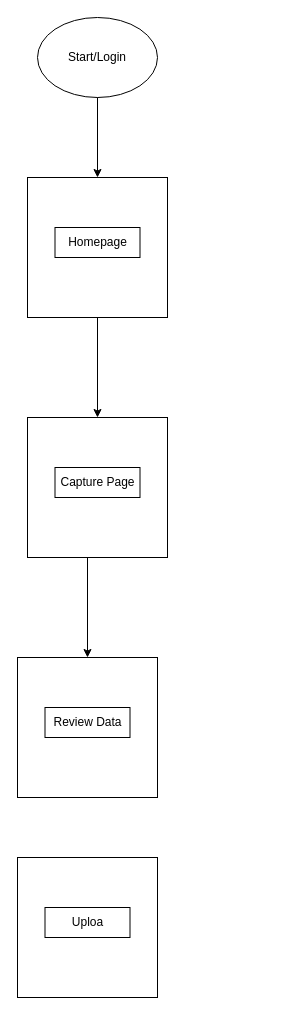
Above: Untitled Diagram.drawio in mawuli-agbenyo-creator/Task-app-React (draw.io), before the change. Source tidied: cells renumbered, new cells numbered last; positions are measured from the earlier drawing's top-left corner, leaving out a move shared by most shapes. Both pictures are drawn from the tidied source at 100%, with x=0, y=0 at pixel (17, 17).
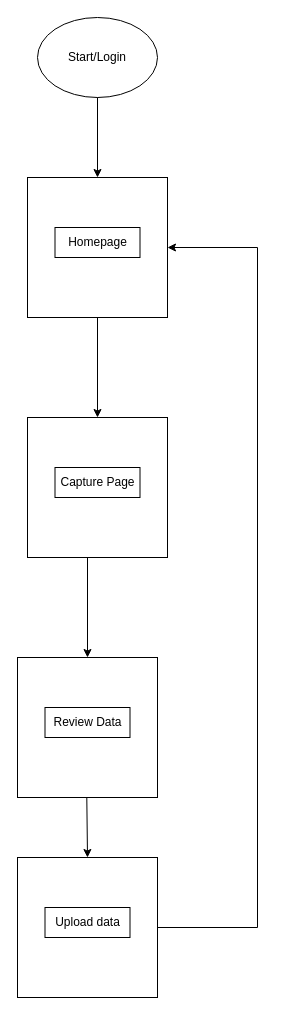
Above is the later version.

Change to the diagram source:
```diff
@@
 <mxGraphModel>
   <root>
     <mxCell id="0" />
     <mxCell id="1" parent="0" />
     <mxCell id="2" value="Start/Login" style="ellipse;whiteSpace=wrap;html=1;" parent="1" vertex="1">
       <mxGeometry x="20" width="120" height="80" as="geometry" />
     </mxCell>
     <mxCell id="3" style="endArrow=classic;html=1;rounded=0;exitX=0.5;exitY=1;exitDx=0;exitDy=0;" parent="1" edge="1" source="2">
       <mxGeometry relative="1" as="geometry">
         <mxPoint x="80" y="160" as="targetPoint" />
       </mxGeometry>
     </mxCell>
     <mxCell id="4" style="whiteSpace=wrap;html=1;" parent="1" vertex="1">
       <mxGeometry x="10" y="160" width="140" height="140" as="geometry" />
     </mxCell>
     <mxCell id="5" value="Homepage" style="rounded=0;whiteSpace=wrap;html=1;" parent="1" vertex="1">
       <mxGeometry x="37.5" y="210" width="85" height="30" as="geometry" />
     </mxCell>
     <mxCell id="6" style="endArrow=classic;html=1;rounded=0;exitX=0.5;exitY=1;exitDx=0;exitDy=0;entryX=0.5;entryY=0;entryDx=0;entryDy=0;" parent="1" edge="1" source="4" target="7">
       <mxGeometry relative="1" as="geometry" />
     </mxCell>
     <mxCell id="7" style="whiteSpace=wrap;html=1;" parent="1" vertex="1">
       <mxGeometry x="10" y="400" width="140" height="140" as="geometry" />
     </mxCell>
     <mxCell id="8" value="Capture Page" style="rounded=0;whiteSpace=wrap;html=1;" parent="1" vertex="1">
       <mxGeometry x="37.5" y="450" width="85" height="30" as="geometry" />
     </mxCell>
     <mxCell id="9" style="whiteSpace=wrap;html=1;" parent="1" vertex="1">
       <mxGeometry y="640" width="140" height="140" as="geometry" />
     </mxCell>
     <mxCell id="10" value="Review Data" style="rounded=0;whiteSpace=wrap;html=1;" parent="1" vertex="1">
       <mxGeometry x="27.5" y="690" width="85" height="30" as="geometry" />
     </mxCell>
     <mxCell id="11" style="endArrow=classic;html=1;rounded=0;entryX=0.5;entryY=0;entryDx=0;entryDy=0;" parent="1" edge="1" target="9">
       <mxGeometry relative="1" as="geometry">
         <mxPoint x="70" y="540" as="sourcePoint" />
       </mxGeometry>
     </mxCell>
+    <mxCell id="14" style="edgeStyle=orthogonalEdgeStyle;rounded=0;jettySize=auto;html=1;exitX=1;exitY=0.5;exitDx=0;exitDy=0;entryX=1;entryY=0.5;entryDx=0;entryDy=0;" parent="1" edge="1" source="12" target="4">
+      <mxGeometry relative="1" as="geometry">
+        <Array as="points">
+          <mxPoint x="240" y="910" />
+          <mxPoint x="240" y="230" />
+        </Array>
+      </mxGeometry>
+    </mxCell>
     <mxCell id="12" style="whiteSpace=wrap;html=1;" parent="1" vertex="1">
       <mxGeometry y="840" width="140" height="140" as="geometry" />
     </mxCell>
-    <mxCell id="13" value="Uploa" style="rounded=0;whiteSpace=wrap;html=1;" parent="1" vertex="1">
+    <mxCell id="13" value="Upload data" style="rounded=0;whiteSpace=wrap;html=1;" parent="1" vertex="1">
       <mxGeometry x="27.5" y="890" width="85" height="30" as="geometry" />
     </mxCell>
+    <mxCell id="15" style="endArrow=classic;html=1;rounded=0;entryX=0.5;entryY=0;entryDx=0;entryDy=0;" parent="1" edge="1" target="12">
+      <mxGeometry relative="1" as="geometry">
+        <mxPoint x="69.3" y="780" as="sourcePoint" />
+      </mxGeometry>
+    </mxCell>
   </root>
 </mxGraphModel>
```
